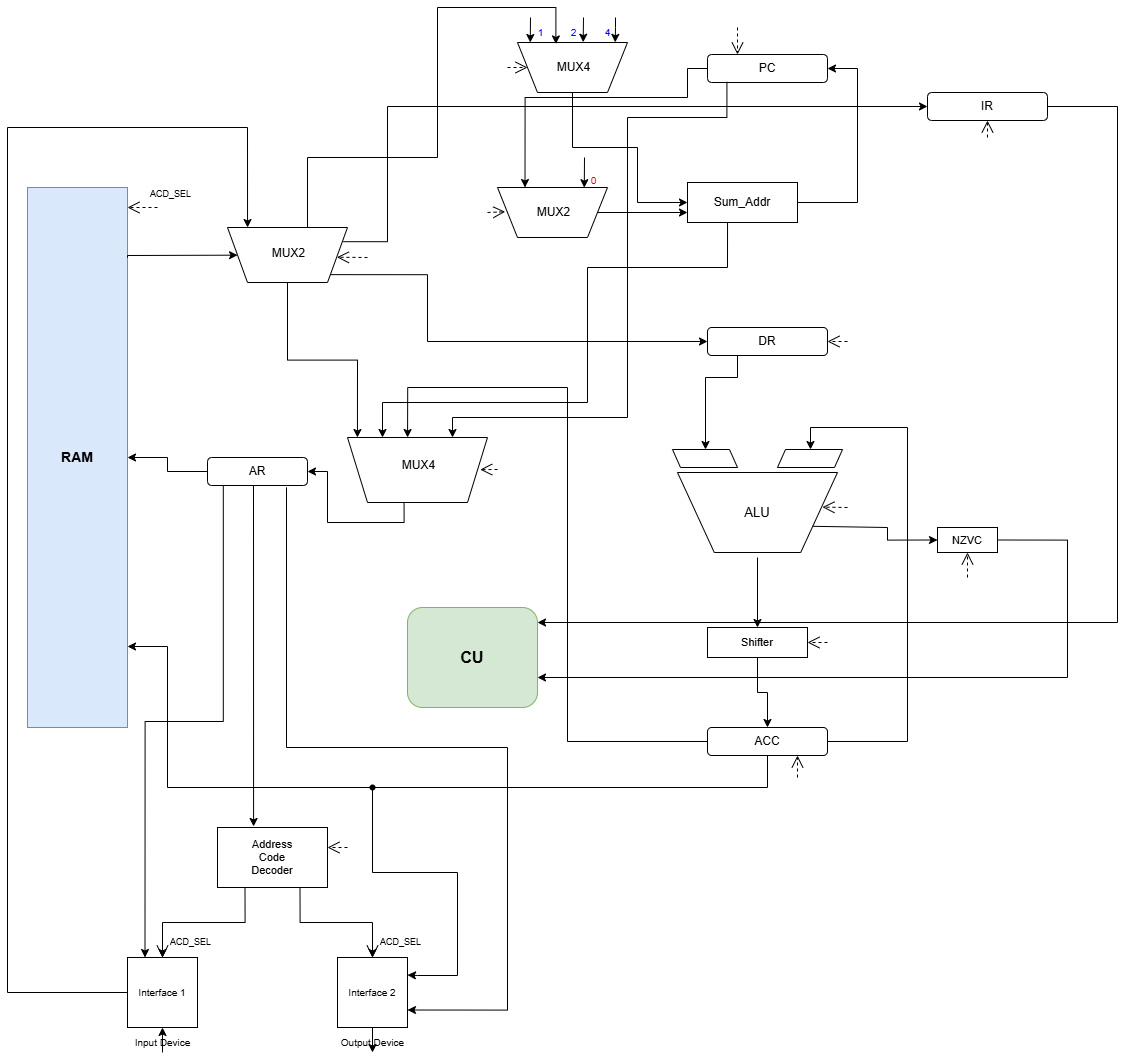
This is scheme.drawio.png from nsqk51/AK_scheme, a draw.io export, as it was before one commit. Source tidied: cells renumbered, new cells last; positions are measured from the earlier drawing's top-left corner, leaving out a move shared by most shapes.
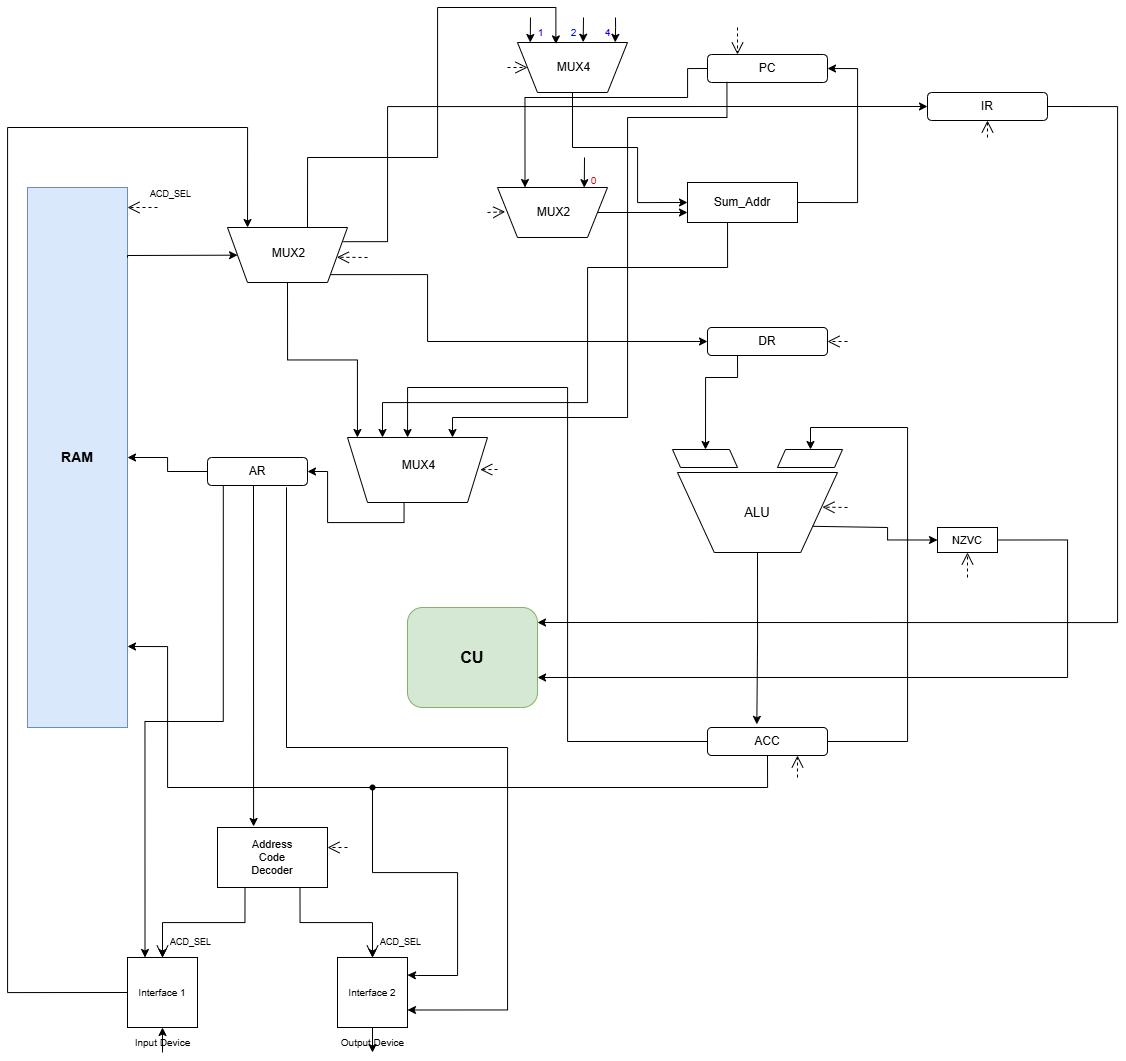
After the commit.

Diff of the diagram source:
```diff
@@ -76,9 +76,6 @@
     <mxCell id="25" value="NZVC" style="rounded=0;whiteSpace=wrap;html=1;fontSize=11;" parent="1" vertex="1">
       <mxGeometry x="930" y="520" width="60" height="25" as="geometry" />
     </mxCell>
-    <mxCell id="26" value="Shifter" style="rounded=0;whiteSpace=wrap;html=1;fontSize=11;" parent="1" vertex="1">
-      <mxGeometry x="700" y="620" width="100" height="30" as="geometry" />
-    </mxCell>
     <mxCell id="27" value="ACC" style="rounded=1;whiteSpace=wrap;html=1;fontSize=12;" parent="1" vertex="1">
       <mxGeometry x="700" y="720" width="120" height="28" as="geometry" />
     </mxCell>
@@ -234,14 +231,9 @@
         </Array>
       </mxGeometry>
     </mxCell>
-    <mxCell id="51" style="edgeStyle=orthogonalEdgeStyle;rounded=0;jettySize=auto;html=1;endArrow=classic;entryX=0.5;entryY=0;entryDx=0;entryDy=0;" parent="1" edge="1" target="26">
-      <mxGeometry relative="1" as="geometry">
-        <mxPoint x="750" y="550" as="sourcePoint" />
-      </mxGeometry>
+    <mxCell id="51" style="edgeStyle=orthogonalEdgeStyle;rounded=0;jettySize=auto;html=1;endArrow=classic;entryX=0.411;entryY=-0.112;entryDx=0;entryDy=0;exitX=0.5;exitY=1;exitDx=0;exitDy=0;entryPerimeter=0;" parent="1" edge="1" source="22" target="27">
+      <mxGeometry relative="1" as="geometry" />
     </mxCell>
-    <mxCell id="52" style="edgeStyle=orthogonalEdgeStyle;rounded=0;jettySize=auto;html=1;endArrow=classic;exitX=0.5;exitY=1;exitDx=0;exitDy=0;entryX=0.5;entryY=0;entryDx=0;entryDy=0;" parent="1" edge="1" source="26" target="27">
-      <mxGeometry relative="1" as="geometry" />
-    </mxCell>
     <mxCell id="53" style="edgeStyle=orthogonalEdgeStyle;rounded=0;jettySize=auto;html=1;endArrow=classic;exitX=1;exitY=0.5;exitDx=0;exitDy=0;" parent="1" edge="1" source="25">
       <mxGeometry relative="1" as="geometry">
         <mxPoint x="530" y="670" as="targetPoint" />
@@ -347,12 +339,6 @@
         <mxPoint x="490" y="462" as="sourcePoint" />
       </mxGeometry>
     </mxCell>
-    <mxCell id="70" style="endArrow=open;endSize=10;dashed=1;html=1;rounded=0;" parent="1" edge="1">
-      <mxGeometry relative="1" as="geometry">
-        <mxPoint x="820" y="635" as="sourcePoint" />
-        <mxPoint x="800" y="635" as="targetPoint" />
-      </mxGeometry>
-    </mxCell>
     <mxCell id="71" style="endArrow=open;endSize=10;dashed=1;html=1;rounded=0;entryX=0.75;entryY=1;entryDx=0;entryDy=0;" parent="1" edge="1" target="27">
       <mxGeometry relative="1" as="geometry">
         <mxPoint x="790" y="770" as="sourcePoint" />
```
